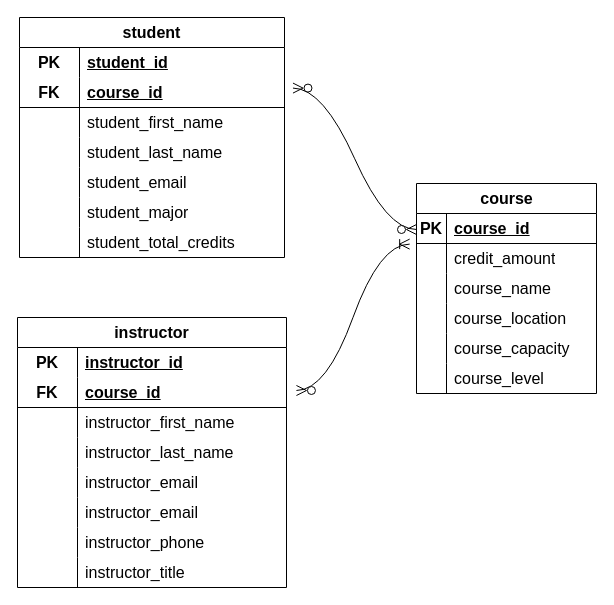
This is Untitled Diagram.drawio from alarming-effect/PetPark, a draw.io file, before an edit. Source tidied: cells renumbered, new cells numbered last; positions are measured from the earlier drawing's top-left corner, leaving out a move shared by most shapes. Both pictures are drawn from the tidied source at 100%, with x=0, y=0 at pixel (17, 17).
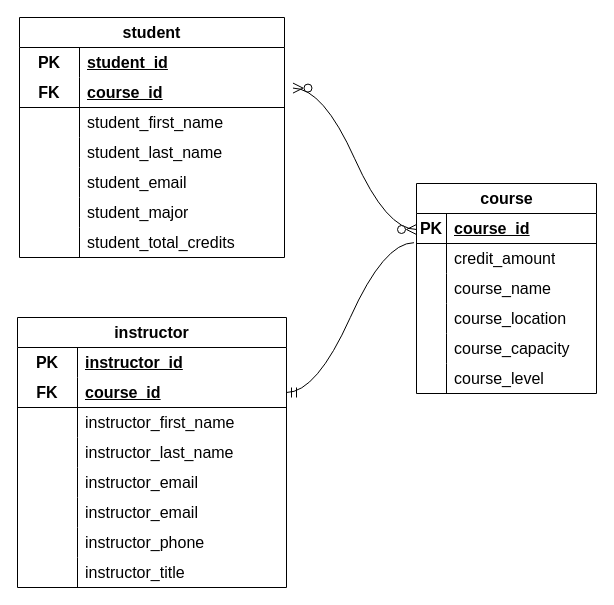
Above is the later version.

The change refers to these unchanged cells:
```xml
<mxCell id="6" style="shape=tableRow;horizontal=0;startSize=0;swimlaneHead=0;swimlaneBody=0;fillColor=none;points=[[0,0.5],[1,0.5]];portConstraint=eastwest;top=0;left=0;right=0;bottom=1;html=1;fontSize=16;" parent="2" vertex="1">
  <mxGeometry y="60" width="269" height="30" as="geometry" />
</mxCell>
<mxCell id="31" style="shape=tableRow;horizontal=0;startSize=0;swimlaneHead=0;swimlaneBody=0;fillColor=none;points=[[0,0.5],[1,0.5]];portConstraint=eastwest;top=0;left=0;right=0;bottom=0;fontSize=16;" parent="27" vertex="1">
  <mxGeometry y="60" width="180" height="30" as="geometry" />
</mxCell>
```

Change to the diagram source:
```diff
@@
-    <mxCell id="69" style="edgeStyle=entityRelationEdgeStyle;fontSize=12;html=1;endArrow=ERoneToMany;startArrow=ERzeroToMany;rounded=0;startSize=8;endSize=8;curved=1;exitX=1.037;exitY=0.433;exitDx=0;exitDy=0;exitPerimeter=0;entryX=-0.038;entryY=0.02;entryDx=0;entryDy=0;entryPerimeter=0;" parent="1" edge="1" source="6" target="31">
-      <mxGeometry relative="1" as="geometry" />
-    </mxCell>
+    <mxCell id="70" style="edgeStyle=entityRelationEdgeStyle;fontSize=12;html=1;endArrow=ERmandOne;rounded=0;startSize=8;endSize=8;curved=1;exitX=-0.014;exitY=-0.027;exitDx=0;exitDy=0;exitPerimeter=0;" parent="1" edge="1" source="31" target="6">
+      <mxGeometry relative="1" as="geometry">
+        <Array as="points">
+          <mxPoint x="506" y="290" />
+        </Array>
+      </mxGeometry>
+    </mxCell>
```
